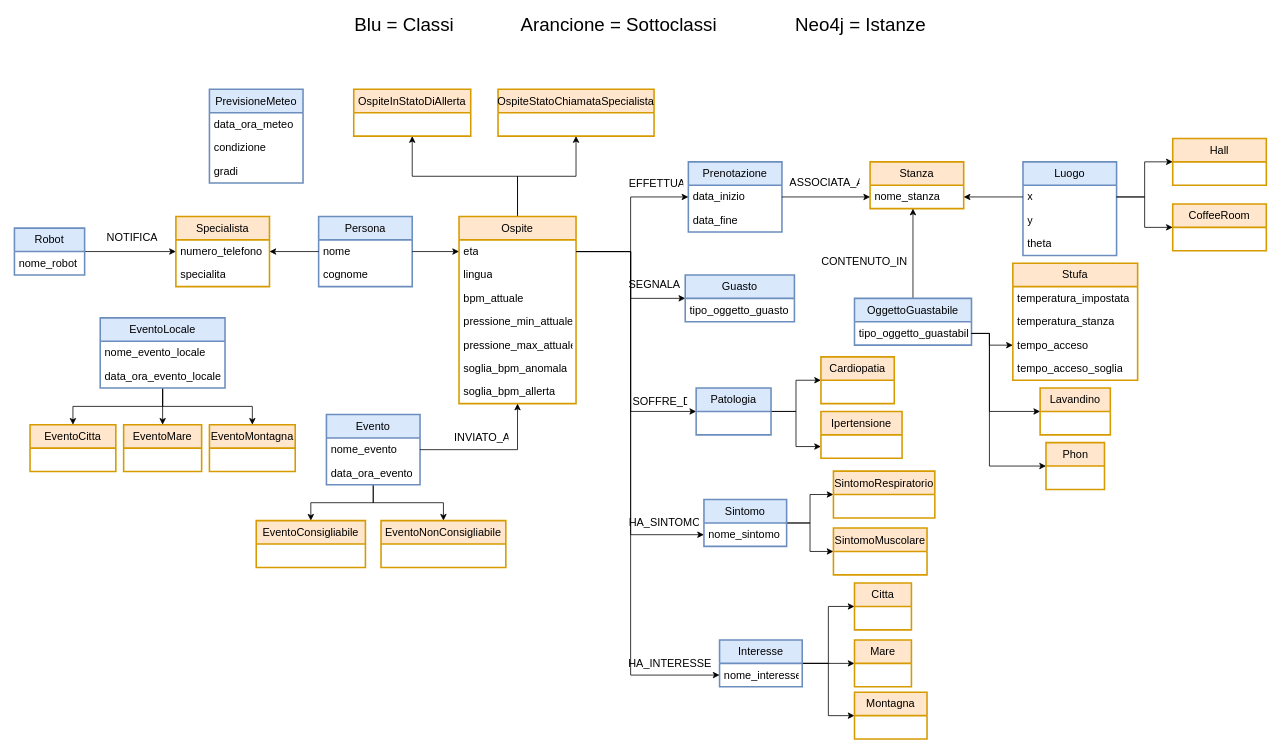
A-rgonaut/LM-32_HrR_Hotel-receptionist_Robot keeps this draw.io diagram as src/knowledge_base/ontology.drawio. Above is the earlier version. Source tidied: cells renumbered, new cells numbered last; positions are measured from the earlier drawing's top-left corner, leaving out a move shared by most shapes. Both pictures are drawn from the tidied source at 78%, with x=0, y=0 at pixel (14, 13).
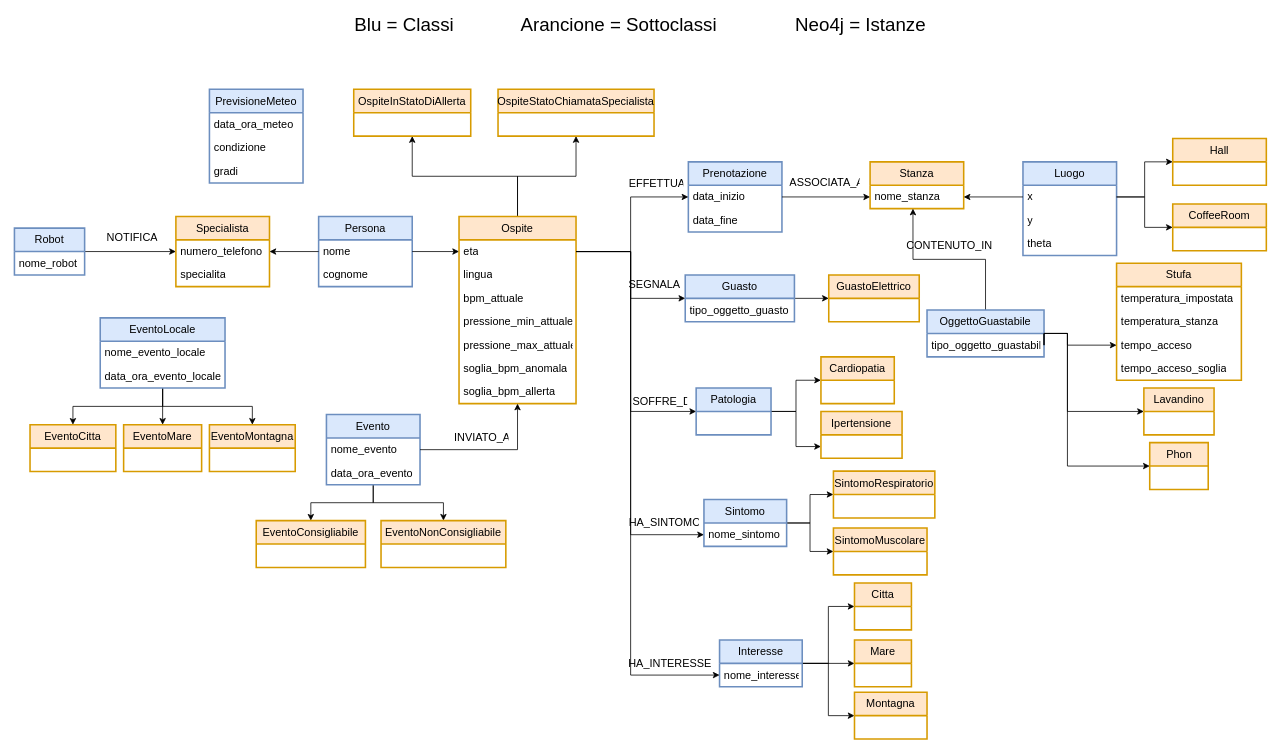
The same diagram, later.

The change refers to these unchanged cells:
```xml
<mxCell id="21" value="Guasto" style="swimlane;fontStyle=0;horizontal=1;startSize=30;whiteSpace=wrap;html=1;fontSize=14;fontFamily=Cambria;fillColor=#dae8fc;strokeColor=#6c8ebf;strokeWidth=2;" parent="1" vertex="1">
  <mxGeometry x="860" y="335" width="140" height="60" as="geometry" />
</mxCell>
<mxCell id="65" value="tempo_acceso" style="text;strokeColor=none;fillColor=none;align=left;verticalAlign=middle;spacingLeft=4;spacingRight=4;overflow=hidden;points=[[0,0.5],[1,0.5]];portConstraint=eastwest;whiteSpace=wrap;html=1;fontSize=14;fontFamily=Cambria;strokeWidth=2;" parent="62" vertex="1">
  <mxGeometry y="90" width="160" height="30" as="geometry" />
</mxCell>
<mxCell id="84" value="tipo_oggetto_guastabile" style="text;strokeColor=none;fillColor=none;align=left;verticalAlign=middle;spacingLeft=4;spacingRight=4;overflow=hidden;points=[[0,0.5],[1,0.5]];portConstraint=eastwest;whiteSpace=wrap;html=1;fontSize=14;fontFamily=Cambria;strokeWidth=2;" parent="83" vertex="1">
  <mxGeometry y="30" width="150" height="30" as="geometry" />
</mxCell>
```

What changed in the source:
```diff
@@
+    <mxCell id="112" style="edgeStyle=orthogonalEdgeStyle;rounded=0;jettySize=auto;html=1;entryX=0;entryY=0.5;entryDx=0;entryDy=0;" parent="1" edge="1" source="21" target="113">
+      <mxGeometry relative="1" as="geometry" />
+    </mxCell>
@@
     <mxCell id="60" value="Lavandino" style="swimlane;fontStyle=0;horizontal=1;startSize=30;whiteSpace=wrap;html=1;fontSize=14;fontFamily=Cambria;fillColor=#ffe6cc;strokeColor=#d79b00;strokeWidth=2;" parent="1" vertex="1">
-      <mxGeometry x="1315" y="480" width="90" height="60" as="geometry" />
+      <mxGeometry x="1448" y="480" width="90" height="60" as="geometry" />
     </mxCell>
     <mxCell id="61" value="Phon" style="swimlane;fontStyle=0;horizontal=1;startSize=30;whiteSpace=wrap;html=1;fontSize=14;fontFamily=Cambria;fillColor=#ffe6cc;strokeColor=#d79b00;strokeWidth=2;" parent="1" vertex="1">
-      <mxGeometry x="1322.5" y="550" width="75" height="60" as="geometry" />
+      <mxGeometry x="1455.5" y="550" width="75" height="60" as="geometry" />
     </mxCell>
     <mxCell id="62" value="Stufa" style="swimlane;fontStyle=0;horizontal=1;startSize=30;whiteSpace=wrap;html=1;fontSize=14;fontFamily=Cambria;fillColor=#ffe6cc;strokeColor=#d79b00;strokeWidth=2;" parent="1" vertex="1">
-      <mxGeometry x="1280" y="320" width="160" height="150" as="geometry" />
+      <mxGeometry x="1413" y="320" width="160" height="150" as="geometry" />
     </mxCell>
@@
     <mxCell id="83" value="OggettoGuastabile" style="swimlane;fontStyle=0;horizontal=1;startSize=30;whiteSpace=wrap;html=1;fontSize=14;fontFamily=Cambria;fillColor=#dae8fc;strokeColor=#6c8ebf;strokeWidth=2;" parent="1" vertex="1">
-      <mxGeometry x="1077" y="365" width="150" height="60" as="geometry" />
+      <mxGeometry x="1170" y="380" width="150" height="60" as="geometry" />
     </mxCell>
@@
     <mxCell id="108" value="CONTENUTO_IN" style="text;strokeColor=none;fillColor=none;align=right;verticalAlign=middle;spacingLeft=4;spacingRight=4;overflow=hidden;whiteSpace=wrap;html=1;fontSize=14;fontFamily=Cambria;strokeWidth=2;" parent="1" vertex="1">
-      <mxGeometry x="1011" y="301" width="140" height="34" as="geometry" />
+      <mxGeometry x="1120" y="280" width="140" height="34" as="geometry" />
     </mxCell>
     <mxCell id="109" style="edgeStyle=orthogonalEdgeStyle;rounded=0;jettySize=auto;html=1;exitX=1;exitY=0.5;exitDx=0;exitDy=0;entryX=0;entryY=0.5;entryDx=0;entryDy=0;" parent="1" edge="1" source="84" target="65">
       <mxGeometry relative="1" as="geometry">
         <Array as="points">
-          <mxPoint x="1250" y="410" />
-          <mxPoint x="1250" y="425" />
+          <mxPoint x="1350" y="410" />
+          <mxPoint x="1350" y="425" />
         </Array>
       </mxGeometry>
     </mxCell>
     <mxCell id="110" style="edgeStyle=orthogonalEdgeStyle;rounded=0;jettySize=auto;html=1;exitX=1;exitY=0.5;exitDx=0;exitDy=0;entryX=0;entryY=0.5;entryDx=0;entryDy=0;" parent="1" edge="1" source="84" target="60">
       <mxGeometry relative="1" as="geometry">
         <Array as="points">
-          <mxPoint x="1250" y="410" />
-          <mxPoint x="1250" y="510" />
+          <mxPoint x="1350" y="410" />
+          <mxPoint x="1350" y="510" />
         </Array>
       </mxGeometry>
     </mxCell>
     <mxCell id="111" style="edgeStyle=orthogonalEdgeStyle;rounded=0;jettySize=auto;html=1;exitX=1;exitY=0.5;exitDx=0;exitDy=0;entryX=0;entryY=0.5;entryDx=0;entryDy=0;" parent="1" edge="1" source="84" target="61">
       <mxGeometry relative="1" as="geometry">
         <Array as="points">
-          <mxPoint x="1250" y="410" />
-          <mxPoint x="1250" y="580" />
+          <mxPoint x="1350" y="410" />
+          <mxPoint x="1350" y="580" />
         </Array>
       </mxGeometry>
     </mxCell>
+    <mxCell id="113" value="GuastoElettrico" style="swimlane;fontStyle=0;horizontal=1;startSize=30;whiteSpace=wrap;html=1;fontSize=14;fontFamily=Cambria;fillColor=#ffe6cc;strokeColor=#d79b00;strokeWidth=2;" parent="1" vertex="1">
+      <mxGeometry x="1044" y="335" width="116" height="60" as="geometry" />
+    </mxCell>
```
